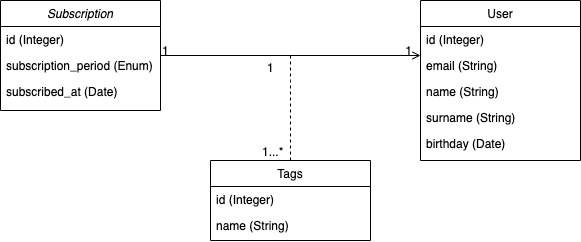
The draw.io diagram diagrama_modelo_datos.png in DanielGilB/newsletters, before a commit. Source tidied: cells renumbered, new cells last; positions are measured from the earlier drawing's top-left corner, leaving out a move shared by most shapes. Its diagram source:
```xml
<mxGraphModel>
  <root>
    <mxCell id="0" />
    <mxCell id="1" parent="0" />
    <mxCell id="2" value="Subscription" style="swimlane;fontStyle=2;align=center;verticalAlign=top;horizontal=1;startSize=26;rounded=0;shadow=0;strokeWidth=1;" parent="1" vertex="1">
      <mxGeometry width="160" height="110" as="geometry" />
    </mxCell>
    <mxCell id="3" value="id (Integer)" style="text;align=left;verticalAlign=top;spacingLeft=4;spacingRight=4;overflow=hidden;" parent="2" vertex="1">
      <mxGeometry y="26" width="160" height="26" as="geometry" />
    </mxCell>
    <mxCell id="4" value="subscription_period (Enum)" style="text;align=left;verticalAlign=top;spacingLeft=4;spacingRight=4;overflow=hidden;rounded=0;shadow=0;html=0;" parent="2" vertex="1">
      <mxGeometry y="52" width="160" height="26" as="geometry" />
    </mxCell>
    <mxCell id="5" value="subscribed_at (Date)" style="text;align=left;verticalAlign=top;spacingLeft=4;spacingRight=4;overflow=hidden;" parent="2" vertex="1">
      <mxGeometry y="78" width="160" height="26" as="geometry" />
    </mxCell>
    <mxCell id="6" value="Tags" style="swimlane;fontStyle=0;align=center;verticalAlign=top;horizontal=1;startSize=26;rounded=0;shadow=0;strokeWidth=1;" parent="1" vertex="1">
      <mxGeometry x="210" y="160" width="160" height="80" as="geometry" />
    </mxCell>
    <mxCell id="7" value="id (Integer)" style="text;align=left;verticalAlign=top;spacingLeft=4;spacingRight=4;overflow=hidden;" parent="6" vertex="1">
      <mxGeometry y="26" width="160" height="26" as="geometry" />
    </mxCell>
    <mxCell id="8" value="name (String)" style="text;align=left;verticalAlign=top;spacingLeft=4;spacingRight=4;overflow=hidden;" parent="6" vertex="1">
      <mxGeometry y="52" width="160" height="26" as="geometry" />
    </mxCell>
    <mxCell id="9" style="endArrow=none;endSize=10;endFill=0;shadow=0;strokeWidth=1;rounded=0;edgeStyle=elbowEdgeStyle;elbow=vertical;dashed=1;" parent="1" edge="1" source="6">
      <mxGeometry relative="1" as="geometry">
        <mxPoint x="290" y="55" as="targetPoint" />
        <Array as="points">
          <mxPoint x="290" y="80" />
          <mxPoint x="330" y="100" />
          <mxPoint x="250" y="200" />
          <mxPoint x="260" y="180" />
          <mxPoint x="280" y="100" />
        </Array>
      </mxGeometry>
    </mxCell>
    <mxCell id="10" value="User" style="swimlane;fontStyle=0;align=center;verticalAlign=top;horizontal=1;startSize=26;rounded=0;shadow=0;strokeWidth=1;" parent="1" vertex="1">
      <mxGeometry x="420" width="160" height="160" as="geometry" />
    </mxCell>
    <mxCell id="11" value="id (Integer)" style="text;align=left;verticalAlign=top;spacingLeft=4;spacingRight=4;overflow=hidden;" parent="10" vertex="1">
      <mxGeometry y="26" width="160" height="26" as="geometry" />
    </mxCell>
    <mxCell id="12" value="email (String)" style="text;align=left;verticalAlign=top;spacingLeft=4;spacingRight=4;overflow=hidden;rounded=0;shadow=0;html=0;" parent="10" vertex="1">
      <mxGeometry y="52" width="160" height="26" as="geometry" />
    </mxCell>
    <mxCell id="13" value="name (String)" style="text;align=left;verticalAlign=top;spacingLeft=4;spacingRight=4;overflow=hidden;rounded=0;shadow=0;html=0;" parent="10" vertex="1">
      <mxGeometry y="78" width="160" height="26" as="geometry" />
    </mxCell>
    <mxCell id="14" value="surname (String)" style="text;align=left;verticalAlign=top;spacingLeft=4;spacingRight=4;overflow=hidden;rounded=0;shadow=0;html=0;" parent="10" vertex="1">
      <mxGeometry y="104" width="160" height="26" as="geometry" />
    </mxCell>
    <mxCell id="15" value="birthday (Date)" style="text;align=left;verticalAlign=top;spacingLeft=4;spacingRight=4;overflow=hidden;rounded=0;shadow=0;html=0;" parent="10" vertex="1">
      <mxGeometry y="130" width="160" height="26" as="geometry" />
    </mxCell>
    <mxCell id="16" style="endArrow=open;shadow=0;strokeWidth=1;rounded=0;endFill=1;edgeStyle=elbowEdgeStyle;elbow=vertical;" parent="1" edge="1" source="2" target="10">
      <mxGeometry x="0.5" y="41" relative="1" as="geometry">
        <mxPoint x="-40" y="32" as="offset" />
      </mxGeometry>
    </mxCell>
    <mxCell id="17" value="1" style="align=left;verticalAlign=bottom;labelBackgroundColor=none;fontSize=12;" parent="16" vertex="1">
      <mxGeometry x="-1" relative="1" as="geometry">
        <mxPoint y="4" as="offset" />
      </mxGeometry>
    </mxCell>
    <mxCell id="18" value="1" style="align=right;verticalAlign=bottom;labelBackgroundColor=none;fontSize=12;" parent="16" vertex="1">
      <mxGeometry x="1" relative="1" as="geometry">
        <mxPoint x="-7" y="4" as="offset" />
      </mxGeometry>
    </mxCell>
    <mxCell id="19" value="1" style="align=left;verticalAlign=bottom;labelBackgroundColor=none;fontSize=12;" parent="1" vertex="1">
      <mxGeometry x="170" y="69" as="geometry">
        <mxPoint x="95" y="7" as="offset" />
      </mxGeometry>
    </mxCell>
    <mxCell id="20" value="1...*" style="align=left;verticalAlign=bottom;labelBackgroundColor=none;fontSize=12;" parent="1" vertex="1">
      <mxGeometry x="260" y="160" as="geometry" />
    </mxCell>
  </root>
</mxGraphModel>
```
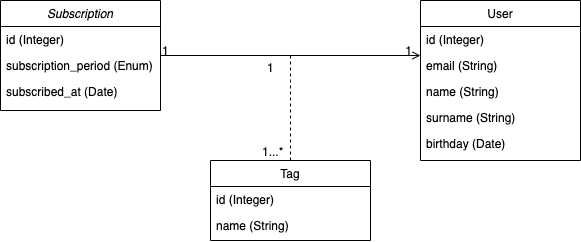
After the change.

Commit message:
diagram model

What changed in the source:
```diff
@@ -14,7 +14,7 @@
     <mxCell id="5" value="subscribed_at (Date)" style="text;align=left;verticalAlign=top;spacingLeft=4;spacingRight=4;overflow=hidden;" parent="2" vertex="1">
       <mxGeometry y="78" width="160" height="26" as="geometry" />
     </mxCell>
-    <mxCell id="6" value="Tags" style="swimlane;fontStyle=0;align=center;verticalAlign=top;horizontal=1;startSize=26;rounded=0;shadow=0;strokeWidth=1;" parent="1" vertex="1">
+    <mxCell id="6" value="Tag" style="swimlane;fontStyle=0;align=center;verticalAlign=top;horizontal=1;startSize=26;rounded=0;shadow=0;strokeWidth=1;" parent="1" vertex="1">
       <mxGeometry x="210" y="160" width="160" height="80" as="geometry" />
     </mxCell>
     <mxCell id="7" value="id (Integer)" style="text;align=left;verticalAlign=top;spacingLeft=4;spacingRight=4;overflow=hidden;" parent="6" vertex="1">
```
